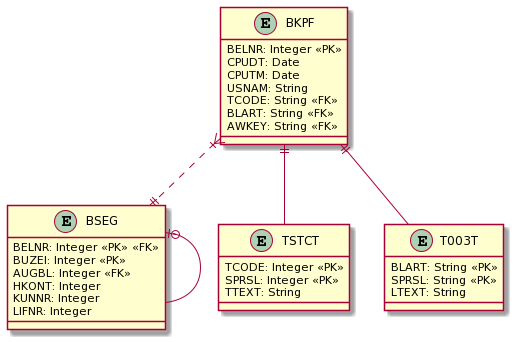
Javert899/sap-extractor keeps this PlantUML diagram as static/bkpf_red.png. Above is the earlier version.
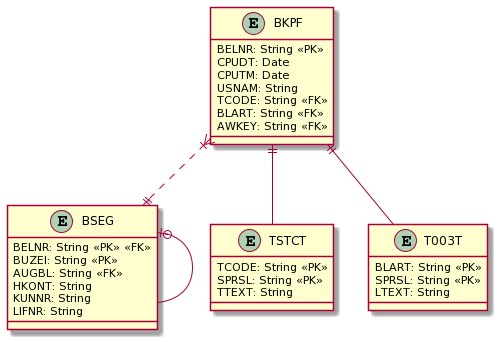
Later version of the same file.

The edit, as a diff of the source:
```diff
@@ -1,6 +1,6 @@
 @startuml
 entity BKPF {
-    BELNR: Integer <<PK>>
+    BELNR: String <<PK>>
     CPUDT: Date
     CPUTM: Date
     USNAM: String
@@ -10,17 +10,17 @@
 }
 
 entity BSEG {
-    BELNR: Integer <<PK>> <<FK>>
-    BUZEI: Integer <<PK>>
-    AUGBL: Integer <<FK>>
-    HKONT: Integer
-    KUNNR: Integer
-    LIFNR: Integer
+    BELNR: String <<PK>> <<FK>>
+    BUZEI: String <<PK>>
+    AUGBL: String <<FK>>
+    HKONT: String
+    KUNNR: String
+    LIFNR: String
 }
 
 entity TSTCT {
-    TCODE: Integer <<PK>>
-    SPRSL: Integer <<PK>>
+    TCODE: String <<PK>>
+    SPRSL: String <<PK>>
     TTEXT: String
 }
 
```
